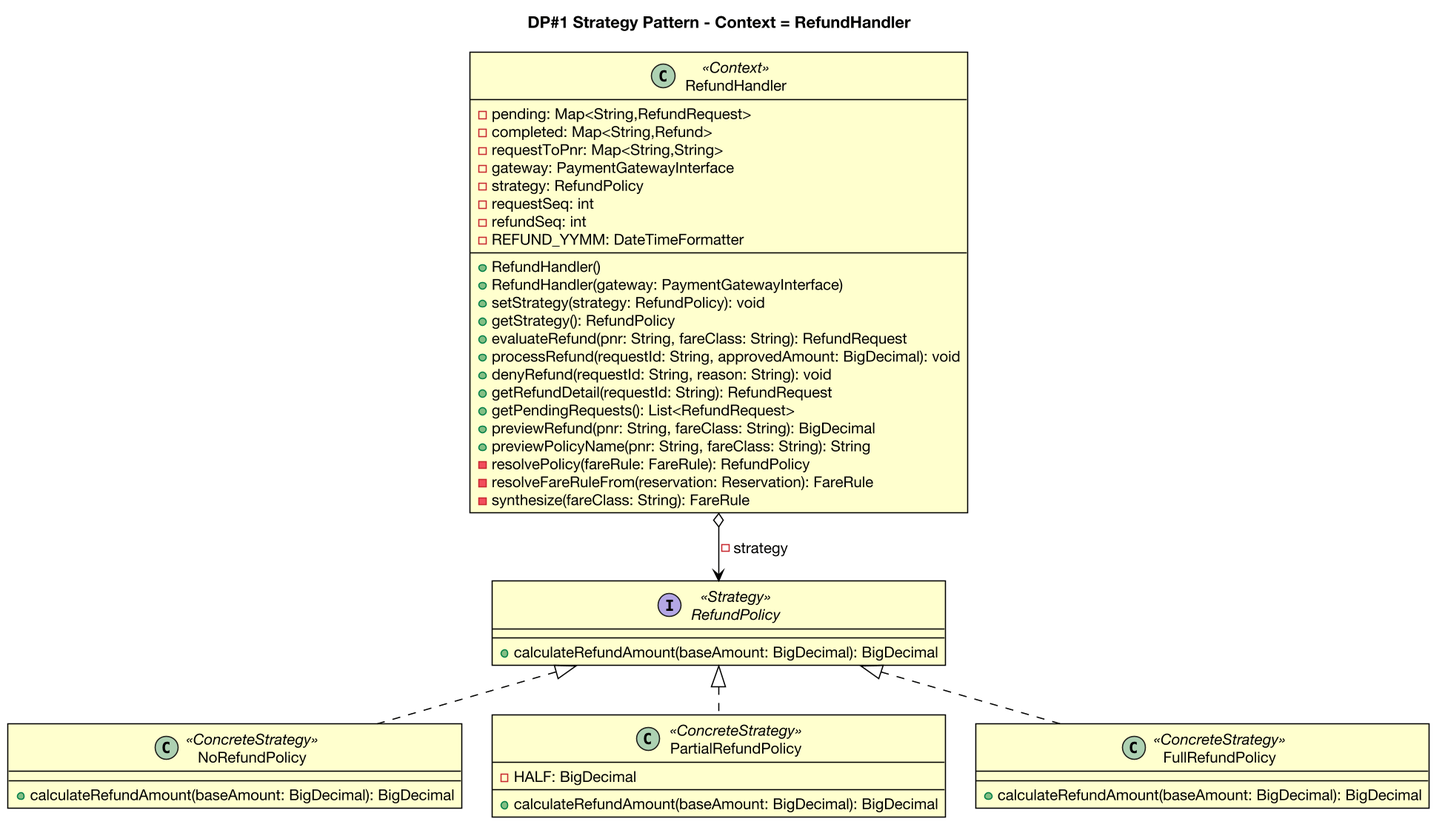
This is docs/diagrams/iter4-puml/en/dp1-strategy.png from gimjungwook/KoreanAirReservationDomain, a PlantUML export, as it was before one commit.
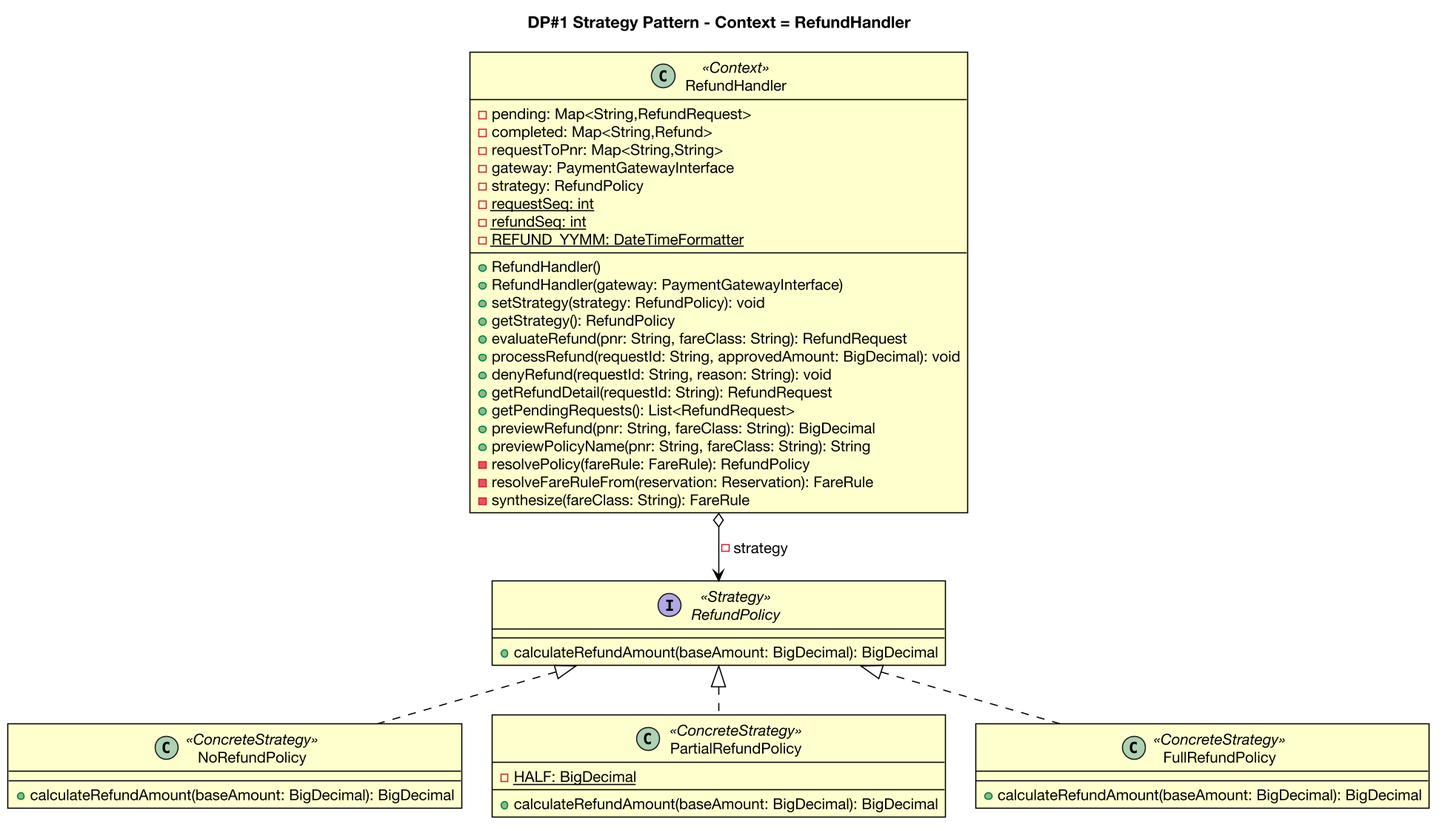
The same diagram one commit later.

Diff of the diagram source:
```diff
@@ -34,7 +34,7 @@
   +calculateRefundAmount(baseAmount: BigDecimal): BigDecimal
 }
 class PartialRefundPolicy <<ConcreteStrategy>> {
-  -HALF: BigDecimal
+  -HALF: BigDecimal {static}
   --
   +calculateRefundAmount(baseAmount: BigDecimal): BigDecimal
 }
@@ -47,9 +47,9 @@
   -requestToPnr: Map<String,String>
   -gateway: PaymentGatewayInterface
   -strategy: RefundPolicy
-  -requestSeq: int
-  -refundSeq: int
-  -REFUND_YYMM: DateTimeFormatter
+  -requestSeq: int {static}
+  -refundSeq: int {static}
+  -REFUND_YYMM: DateTimeFormatter {static}
   --
   +RefundHandler()
   +RefundHandler(gateway: PaymentGatewayInterface)
```
